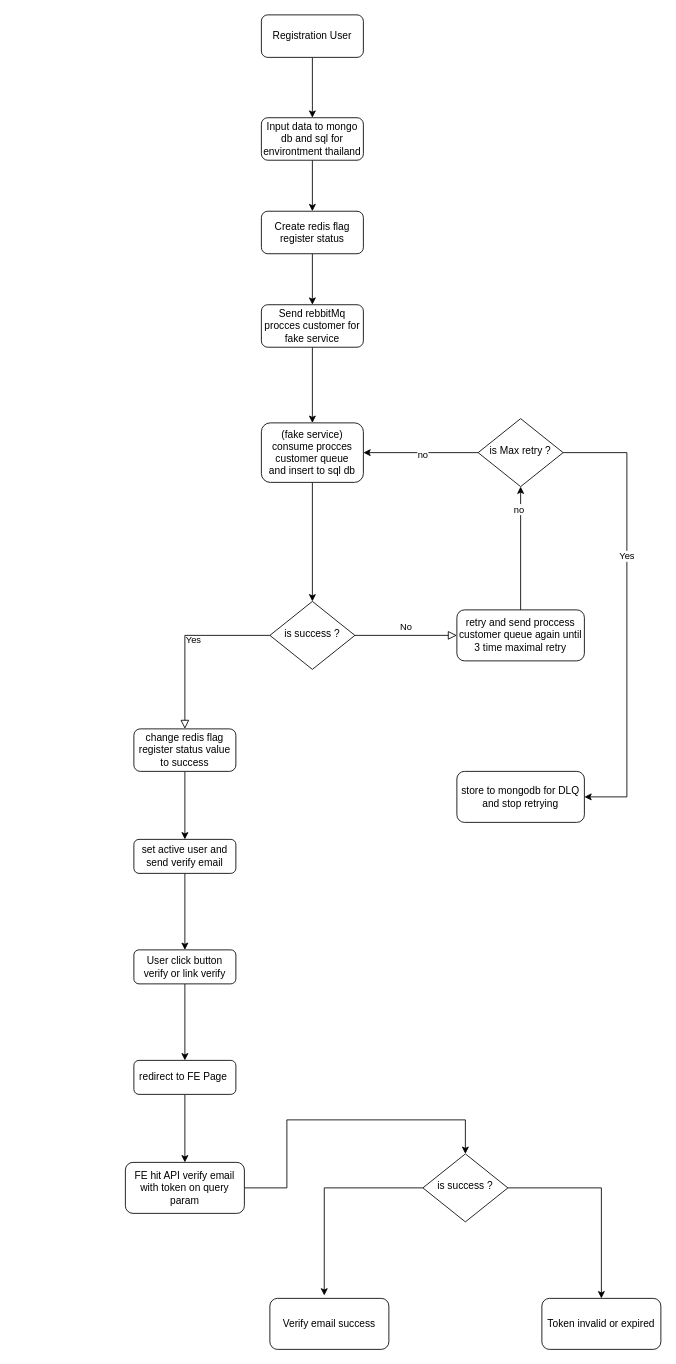
fudjieOcistok/all-oci-resource keeps this draw.io diagram as page "Registration" (3 of 3) of Untitled Diagram.drawio. Above is the earlier version. Source tidied: cells renumbered, new cells numbered last; positions are measured from the earlier drawing's top-left corner, leaving out a move shared by most shapes. Both pictures are drawn from the tidied source at 85%, with x=0, y=0 at pixel (125, 14).
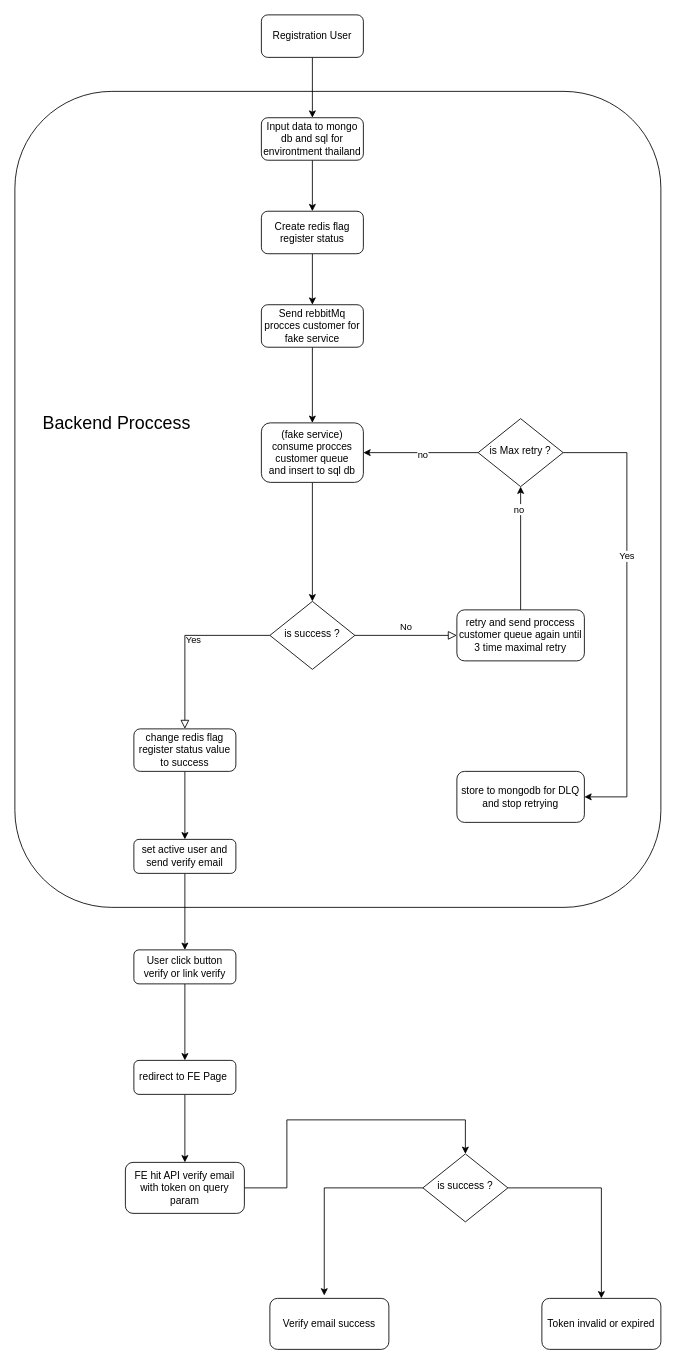
Above is the later version.

Commit message:
Register final full flow

Diff of the diagram source:
```diff
@@
+    <mxCell id="39" style="rounded=1;whiteSpace=wrap;html=1;" parent="1" vertex="1">
+      <mxGeometry x="-130" y="90" width="760" height="960" as="geometry" />
+    </mxCell>
@@
+    <mxCell id="40" value="Backend Proccess" style="text;html=1;align=center;verticalAlign=middle;whiteSpace=wrap;rounded=0;fontSize=21;" parent="1" vertex="1">
+      <mxGeometry x="-100" y="410" width="180" height="140" as="geometry" />
+    </mxCell>
```
